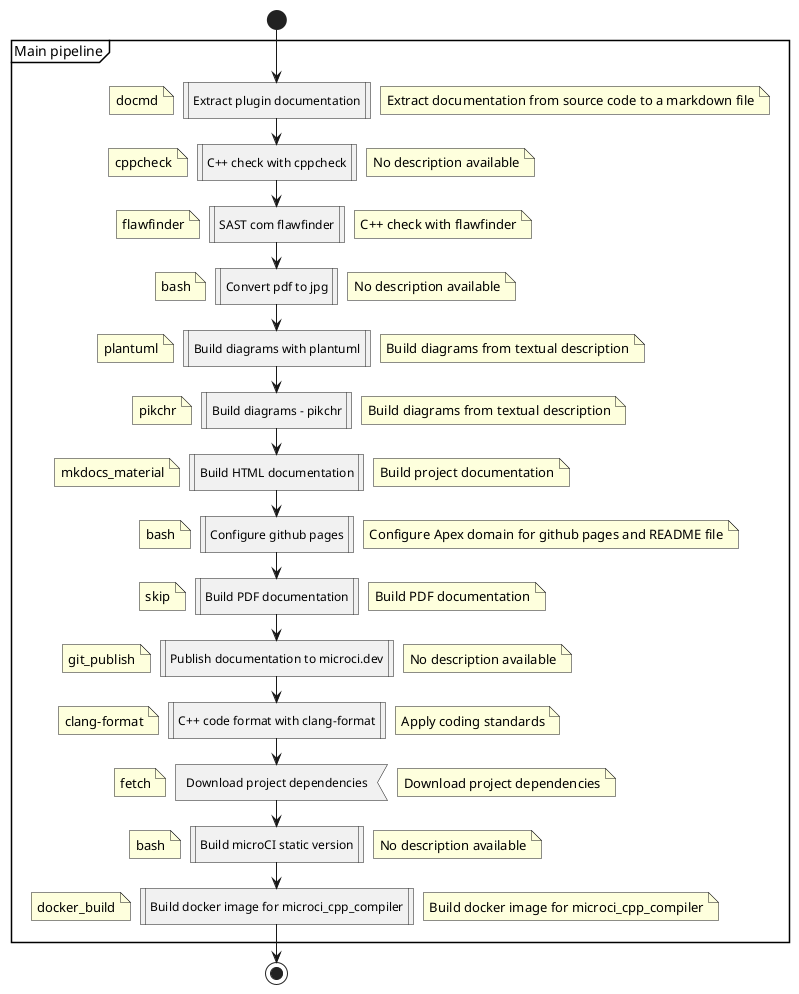
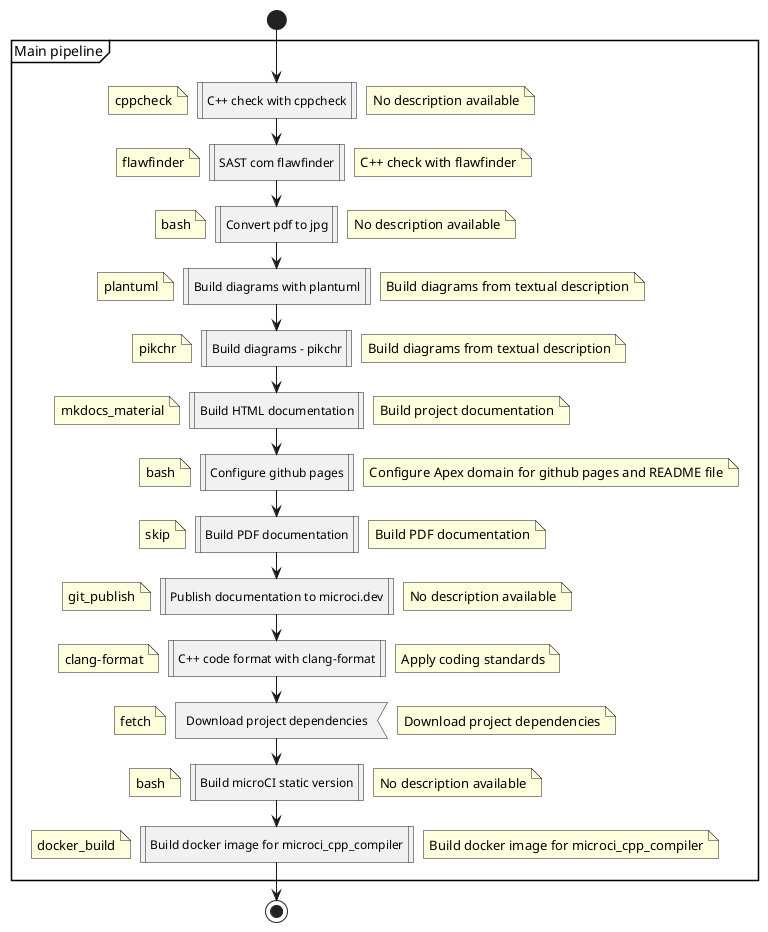


' Generated Diagram! Do not edit
@startuml
start
partition "Main pipeline" {
- :Extract plugin documentation; <<procedure>>
- floating note left: docmd
- floating note right: Extract documentation from source code to a markdown file
- 
:C++ check with cppcheck; <<procedure>>
floating note left: cppcheck
floating note right: No description available

:SAST com flawfinder; <<procedure>>
floating note left: flawfinder
floating note right: C++ check with flawfinder

:Convert pdf to jpg; <<procedure>>
floating note left: bash
floating note right: No description available

:Build diagrams with plantuml; <<procedure>>
floating note left: plantuml
floating note right: Build diagrams from textual description

:Build diagrams - pikchr; <<procedure>>
floating note left: pikchr
floating note right: Build diagrams from textual description

:Build HTML documentation; <<procedure>>
floating note left: mkdocs_material
floating note right: Build project documentation

:Configure github pages; <<procedure>>
floating note left: bash
floating note right: Configure Apex domain for github pages and README file

:Build PDF documentation; <<procedure>>
floating note left: skip
floating note right: Build PDF documentation

:Publish documentation to microci.dev; <<procedure>>
floating note left: git_publish
floating note right: No description available

:C++ code format with clang-format; <<procedure>>
floating note left: clang-format
floating note right: Apply coding standards

:Download project dependencies; <<input>>
floating note left: fetch
floating note right: Download project dependencies

:Build microCI static version; <<procedure>>
floating note left: bash
floating note right: No description available

:Build docker image for microci_cpp_compiler; <<procedure>>
floating note left: docker_build
floating note right: Build docker image for microci_cpp_compiler

}

stop
@enduml


' Generated Diagram! Do not edit
@startuml
start
partition "Alternative flow" {
:C++ check with clang-tidy; <<procedure>>
floating note left: clang-tidy
floating note right: No description available

}

stop
@enduml


' Generated Diagram! Do not edit
@startuml
start
partition "Alternative flow" {
:Documentation preview at port 8000; <<procedure>>
floating note left: mkdocs_material
floating note right: Serve documentation preview at port 8000

}

stop
@enduml

